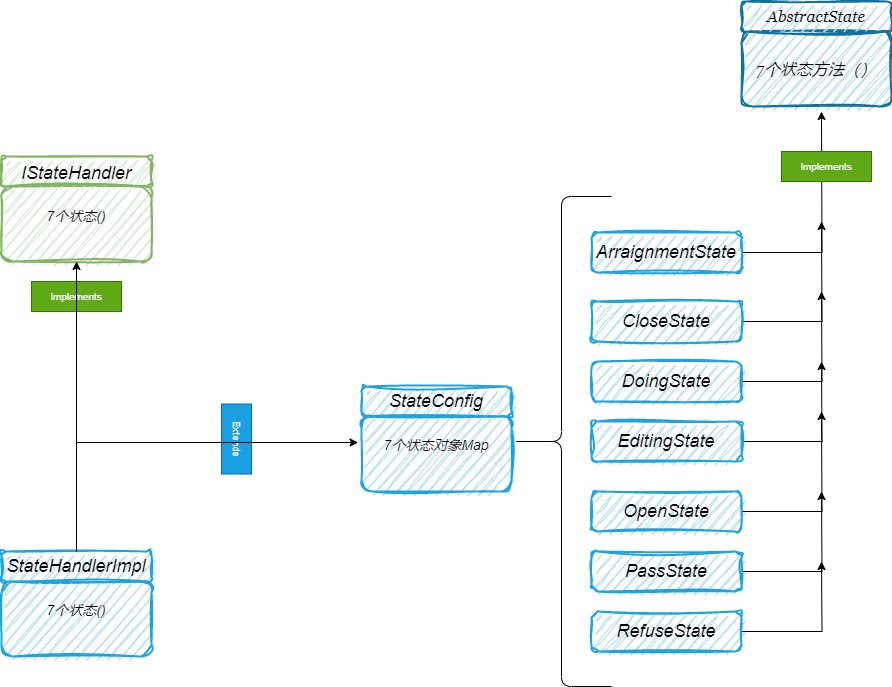
Earlier version of the draw.io export Lottery/抽奖状态1.1.drawio.png (youjizi/images). Source tidied: cells renumbered, new cells last; positions are measured from the earlier drawing's top-left corner, leaving out a move shared by most shapes. Source of this version:
```xml
<mxGraphModel>
  <root>
    <mxCell id="0" />
    <mxCell id="1" parent="0" />
    <mxCell id="2" style="group;" parent="1" vertex="1">
      <mxGeometry y="155" width="150" height="105" as="geometry" />
    </mxCell>
    <mxCell id="3" value="7个状态()&#10;" style="rounded=1;fillColor=#d5e8d4;strokeColor=#82b366;strokeWidth=2;glass=0;shadow=0;perimeterSpacing=0;fillStyle=auto;fontFamily=Helvetica;fontSize=14;fontColor=#030303;sketch=1;curveFitting=1;jiggle=2;fontStyle=2;" parent="2" vertex="1">
      <mxGeometry y="30" width="150" height="75" as="geometry" />
    </mxCell>
    <mxCell id="4" value="IStateHandler" style="rounded=1;fillColor=#d5e8d4;strokeColor=#82b366;strokeWidth=2;glass=0;shadow=0;perimeterSpacing=0;fillStyle=auto;fontFamily=Helvetica;fontSize=18;fontColor=#030303;sketch=1;curveFitting=1;jiggle=2;fontStyle=2;" parent="2" vertex="1">
      <mxGeometry width="150" height="30" as="geometry" />
    </mxCell>
    <mxCell id="5" style="group;" parent="1" vertex="1">
      <mxGeometry y="550" width="150" height="105" as="geometry" />
    </mxCell>
    <mxCell id="6" value="7个状态()&#10;" style="whiteSpace=wrap;fontSize=14;fontFamily=Helvetica;rounded=1;strokeWidth=2;glass=0;shadow=0;fillStyle=auto;sketch=1;curveFitting=1;jiggle=2;fillColor=#b1ddf0;strokeColor=#1DA3DD;verticalAlign=middle;fontStyle=2;" parent="5" vertex="1">
      <mxGeometry y="30" width="150" height="75" as="geometry" />
    </mxCell>
    <mxCell id="7" value="StateHandlerImpl" style="whiteSpace=wrap;fontSize=18;fontFamily=Helvetica;rounded=1;strokeWidth=2;glass=0;shadow=0;fillStyle=auto;sketch=1;curveFitting=1;jiggle=2;fillColor=#b1ddf0;strokeColor=#1DA3DD;verticalAlign=middle;fontStyle=2;" parent="5" vertex="1">
      <mxGeometry width="150" height="30" as="geometry" />
    </mxCell>
    <mxCell id="8" value="Implements" style="text;align=center;verticalAlign=middle;strokeColor=#2D7600;fillColor=#60a917;fontSize=10;fontColor=#ffffff;" parent="1" vertex="1">
      <mxGeometry x="30" y="280" width="90" height="30" as="geometry" />
    </mxCell>
    <mxCell id="9" style="group;" parent="1" vertex="1">
      <mxGeometry x="360" y="385" width="150" height="105" as="geometry" />
    </mxCell>
    <mxCell id="10" value="7个状态对象Map&#10;" style="whiteSpace=wrap;fontSize=14;fontFamily=Helvetica;rounded=1;strokeWidth=2;glass=0;shadow=0;fillStyle=auto;sketch=1;curveFitting=1;jiggle=2;fillColor=#b1ddf0;strokeColor=#1DA3DD;verticalAlign=middle;fontStyle=2;" parent="9" vertex="1">
      <mxGeometry y="30" width="150" height="75" as="geometry" />
    </mxCell>
    <mxCell id="11" value="StateConfig" style="whiteSpace=wrap;fontSize=18;fontFamily=Helvetica;rounded=1;strokeWidth=2;glass=0;shadow=0;fillStyle=auto;sketch=1;curveFitting=1;jiggle=2;fillColor=#b1ddf0;strokeColor=#1DA3DD;verticalAlign=middle;fontStyle=2;" parent="9" vertex="1">
      <mxGeometry width="150" height="30" as="geometry" />
    </mxCell>
    <mxCell id="12" value="Extends" style="text;align=center;verticalAlign=middle;strokeColor=#006EAF;fillColor=#1ba1e2;fontColor=#ffffff;fontSize=10;rotation=90;" parent="1" vertex="1">
      <mxGeometry x="200" y="422.5" width="70" height="30" as="geometry" />
    </mxCell>
    <mxCell id="13" style="group;" parent="1" vertex="1">
      <mxGeometry x="740" width="150" height="105" as="geometry" />
    </mxCell>
    <mxCell id="14" value="7个状态方法（）" style="whiteSpace=wrap;fontSize=16;fontFamily=Georgia;rounded=1;strokeWidth=2;glass=0;shadow=0;fillStyle=auto;sketch=1;curveFitting=1;jiggle=2;fillColor=#b1ddf0;strokeColor=#10739e;verticalAlign=middle;fontStyle=2;" parent="13" vertex="1">
      <mxGeometry y="30" width="150" height="75" as="geometry" />
    </mxCell>
    <mxCell id="15" value="AbstractState" style="whiteSpace=wrap;fontSize=16;fontFamily=Georgia;rounded=1;strokeWidth=2;glass=0;shadow=0;fillStyle=auto;sketch=1;curveFitting=1;jiggle=2;fillColor=#b1ddf0;strokeColor=#10739e;verticalAlign=middle;fontStyle=2;" parent="13" vertex="1">
      <mxGeometry width="150" height="30" as="geometry" />
    </mxCell>
    <mxCell id="16" style="edgeStyle=orthogonalEdgeStyle;rounded=0;jettySize=auto;html=1;" parent="1" edge="1" source="17">
      <mxGeometry relative="1" as="geometry">
        <mxPoint x="820" y="110" as="targetPoint" />
      </mxGeometry>
    </mxCell>
    <mxCell id="17" value="ArraignmentState" style="whiteSpace=wrap;fontSize=18;fontFamily=Helvetica;rounded=1;strokeWidth=2;glass=0;shadow=0;fillStyle=auto;sketch=1;curveFitting=1;jiggle=2;fillColor=#b1ddf0;strokeColor=#1DA3DD;verticalAlign=middle;fontStyle=2;" parent="1" vertex="1">
      <mxGeometry x="590" y="231" width="150" height="40" as="geometry" />
    </mxCell>
    <mxCell id="18" style="edgeStyle=orthogonalEdgeStyle;rounded=0;jettySize=auto;html=1;" parent="1" edge="1" source="19">
      <mxGeometry relative="1" as="geometry">
        <mxPoint x="820" y="220" as="targetPoint" />
      </mxGeometry>
    </mxCell>
    <mxCell id="19" value="CloseState" style="whiteSpace=wrap;fontSize=18;fontFamily=Helvetica;rounded=1;strokeWidth=2;glass=0;shadow=0;fillStyle=auto;sketch=1;curveFitting=1;jiggle=2;fillColor=#b1ddf0;strokeColor=#1DA3DD;verticalAlign=middle;fontStyle=2;" parent="1" vertex="1">
      <mxGeometry x="590" y="300" width="150" height="40" as="geometry" />
    </mxCell>
    <mxCell id="20" style="edgeStyle=orthogonalEdgeStyle;rounded=0;jettySize=auto;html=1;" parent="1" edge="1" source="21">
      <mxGeometry relative="1" as="geometry">
        <mxPoint x="820" y="290" as="targetPoint" />
      </mxGeometry>
    </mxCell>
    <mxCell id="21" value="DoingState" style="whiteSpace=wrap;fontSize=18;fontFamily=Helvetica;rounded=1;strokeWidth=2;glass=0;shadow=0;fillStyle=auto;sketch=1;curveFitting=1;jiggle=2;fillColor=#b1ddf0;strokeColor=#1DA3DD;verticalAlign=middle;fontStyle=2;" parent="1" vertex="1">
      <mxGeometry x="590" y="360" width="150" height="40" as="geometry" />
    </mxCell>
    <mxCell id="22" style="edgeStyle=orthogonalEdgeStyle;rounded=0;jettySize=auto;html=1;" parent="1" edge="1" source="23">
      <mxGeometry relative="1" as="geometry">
        <mxPoint x="820" y="360" as="targetPoint" />
      </mxGeometry>
    </mxCell>
    <mxCell id="23" value="EditingState" style="whiteSpace=wrap;fontSize=18;fontFamily=Helvetica;rounded=1;strokeWidth=2;glass=0;shadow=0;fillStyle=auto;sketch=1;curveFitting=1;jiggle=2;fillColor=#b1ddf0;strokeColor=#1DA3DD;verticalAlign=middle;fontStyle=2;" parent="1" vertex="1">
      <mxGeometry x="590" y="420" width="150" height="40" as="geometry" />
    </mxCell>
    <mxCell id="24" style="edgeStyle=orthogonalEdgeStyle;rounded=0;jettySize=auto;html=1;" parent="1" edge="1" source="25">
      <mxGeometry relative="1" as="geometry">
        <mxPoint x="820" y="410" as="targetPoint" />
      </mxGeometry>
    </mxCell>
    <mxCell id="25" value="OpenState" style="whiteSpace=wrap;fontSize=18;fontFamily=Helvetica;rounded=1;strokeWidth=2;glass=0;shadow=0;fillStyle=auto;sketch=1;curveFitting=1;jiggle=2;fillColor=#b1ddf0;strokeColor=#1DA3DD;verticalAlign=middle;fontStyle=2;" parent="1" vertex="1">
      <mxGeometry x="590" y="490" width="150" height="40" as="geometry" />
    </mxCell>
    <mxCell id="26" style="edgeStyle=orthogonalEdgeStyle;rounded=0;jettySize=auto;html=1;" parent="1" edge="1" source="27">
      <mxGeometry relative="1" as="geometry">
        <mxPoint x="820" y="490" as="targetPoint" />
      </mxGeometry>
    </mxCell>
    <mxCell id="27" value="PassState" style="whiteSpace=wrap;fontSize=18;fontFamily=Helvetica;rounded=1;strokeWidth=2;glass=0;shadow=0;fillStyle=auto;sketch=1;curveFitting=1;jiggle=2;fillColor=#b1ddf0;strokeColor=#1DA3DD;verticalAlign=middle;fontStyle=2;" parent="1" vertex="1">
      <mxGeometry x="590" y="550" width="150" height="40" as="geometry" />
    </mxCell>
    <mxCell id="28" style="edgeStyle=orthogonalEdgeStyle;rounded=0;jettySize=auto;html=1;" parent="1" edge="1" source="29">
      <mxGeometry relative="1" as="geometry">
        <mxPoint x="820" y="560" as="targetPoint" />
      </mxGeometry>
    </mxCell>
    <mxCell id="29" value="RefuseState" style="whiteSpace=wrap;fontSize=18;fontFamily=Helvetica;rounded=1;strokeWidth=2;glass=0;shadow=0;fillStyle=auto;sketch=1;curveFitting=1;jiggle=2;fillColor=#b1ddf0;strokeColor=#1DA3DD;verticalAlign=middle;fontStyle=2;" parent="1" vertex="1">
      <mxGeometry x="590" y="610" width="150" height="40" as="geometry" />
    </mxCell>
    <mxCell id="30" style="shape=curlyBracket;whiteSpace=wrap;html=1;rounded=1;labelPosition=left;verticalLabelPosition=middle;align=right;verticalAlign=middle;" parent="1" vertex="1">
      <mxGeometry x="510" y="195" width="100" height="490" as="geometry" />
    </mxCell>
    <mxCell id="31" value="Implements" style="text;align=center;verticalAlign=middle;strokeColor=#2D7600;fillColor=#60a917;fontSize=10;fontColor=#ffffff;" parent="1" vertex="1">
      <mxGeometry x="780" y="150" width="90" height="30" as="geometry" />
    </mxCell>
    <mxCell id="32" style="edgeStyle=orthogonalEdgeStyle;rounded=0;jettySize=auto;html=1;entryX=0.5;entryY=1;entryDx=0;entryDy=0;" parent="1" edge="1" source="7" target="3">
      <mxGeometry relative="1" as="geometry" />
    </mxCell>
    <mxCell id="33" style="edgeStyle=orthogonalEdgeStyle;rounded=0;jettySize=auto;html=1;entryX=-0.023;entryY=0.347;entryDx=0;entryDy=0;entryPerimeter=0;" parent="1" edge="1" source="7" target="10">
      <mxGeometry relative="1" as="geometry">
        <Array as="points">
          <mxPoint x="75" y="441" />
        </Array>
      </mxGeometry>
    </mxCell>
  </root>
</mxGraphModel>
```
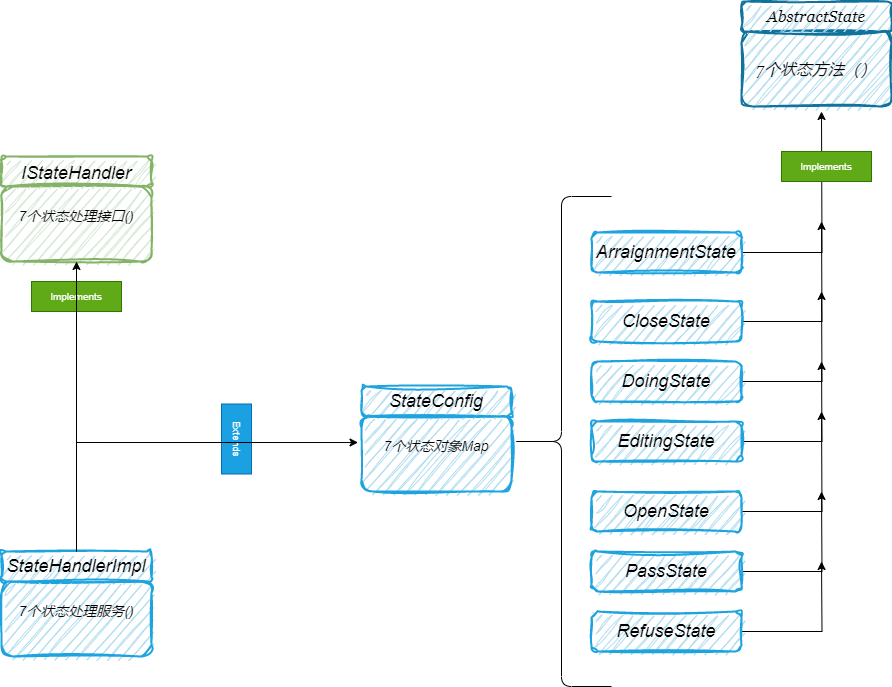
After the commit.

Commit message:
更新抽奖状态1.1.drawio.png

What changed in the source:
```diff
@@ -5,7 +5,7 @@
     <mxCell id="2" style="group;" parent="1" vertex="1">
       <mxGeometry y="155" width="150" height="105" as="geometry" />
     </mxCell>
-    <mxCell id="3" value="7个状态()&#10;" style="rounded=1;fillColor=#d5e8d4;strokeColor=#82b366;strokeWidth=2;glass=0;shadow=0;perimeterSpacing=0;fillStyle=auto;fontFamily=Helvetica;fontSize=14;fontColor=#030303;sketch=1;curveFitting=1;jiggle=2;fontStyle=2;" parent="2" vertex="1">
+    <mxCell id="3" value="7个状态处理接口()&#10;" style="rounded=1;fillColor=#d5e8d4;strokeColor=#82b366;strokeWidth=2;glass=0;shadow=0;perimeterSpacing=0;fillStyle=auto;fontFamily=Helvetica;fontSize=14;fontColor=#030303;sketch=1;curveFitting=1;jiggle=2;fontStyle=2;" parent="2" vertex="1">
       <mxGeometry y="30" width="150" height="75" as="geometry" />
     </mxCell>
     <mxCell id="4" value="IStateHandler" style="rounded=1;fillColor=#d5e8d4;strokeColor=#82b366;strokeWidth=2;glass=0;shadow=0;perimeterSpacing=0;fillStyle=auto;fontFamily=Helvetica;fontSize=18;fontColor=#030303;sketch=1;curveFitting=1;jiggle=2;fontStyle=2;" parent="2" vertex="1">
@@ -14,7 +14,7 @@
     <mxCell id="5" style="group;" parent="1" vertex="1">
       <mxGeometry y="550" width="150" height="105" as="geometry" />
     </mxCell>
-    <mxCell id="6" value="7个状态()&#10;" style="whiteSpace=wrap;fontSize=14;fontFamily=Helvetica;rounded=1;strokeWidth=2;glass=0;shadow=0;fillStyle=auto;sketch=1;curveFitting=1;jiggle=2;fillColor=#b1ddf0;strokeColor=#1DA3DD;verticalAlign=middle;fontStyle=2;" parent="5" vertex="1">
+    <mxCell id="6" value="7个状态处理服务()&#10;" style="whiteSpace=wrap;fontSize=14;fontFamily=Helvetica;rounded=1;strokeWidth=2;glass=0;shadow=0;fillStyle=auto;sketch=1;curveFitting=1;jiggle=2;fillColor=#b1ddf0;strokeColor=#1DA3DD;verticalAlign=middle;fontStyle=2;" parent="5" vertex="1">
       <mxGeometry y="30" width="150" height="75" as="geometry" />
     </mxCell>
     <mxCell id="7" value="StateHandlerImpl" style="whiteSpace=wrap;fontSize=18;fontFamily=Helvetica;rounded=1;strokeWidth=2;glass=0;shadow=0;fillStyle=auto;sketch=1;curveFitting=1;jiggle=2;fillColor=#b1ddf0;strokeColor=#1DA3DD;verticalAlign=middle;fontStyle=2;" parent="5" vertex="1">
```
